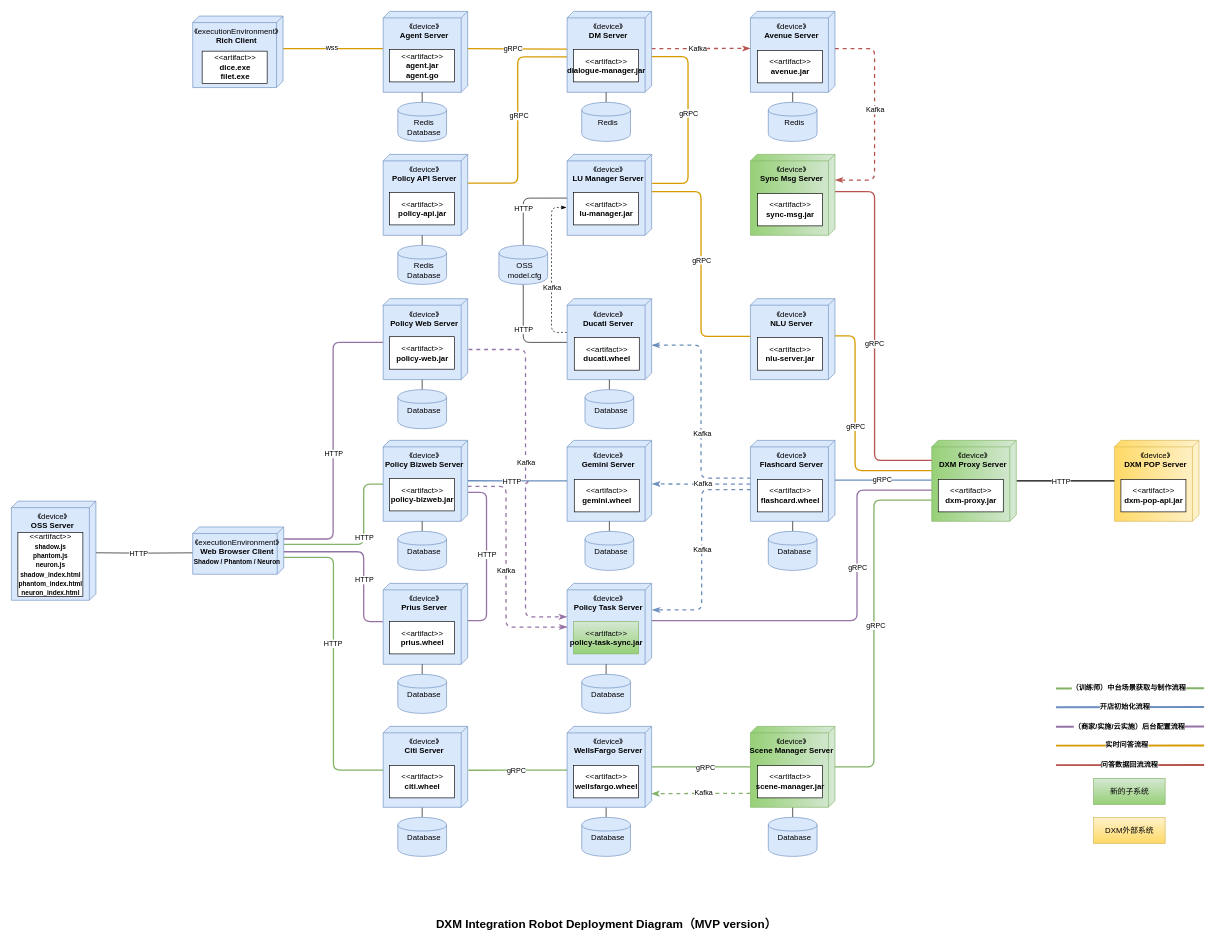
Above: leyan/dxm/dxm_deployment_diagram.drawio in GeekKwok/UML (draw.io), before the change. Source tidied: cells renumbered, new cells numbered last; positions are measured from the earlier drawing's top-left corner, leaving out a move shared by most shapes. Both pictures are drawn from the tidied source at 65%, with x=0, y=0 at pixel (11, 11).
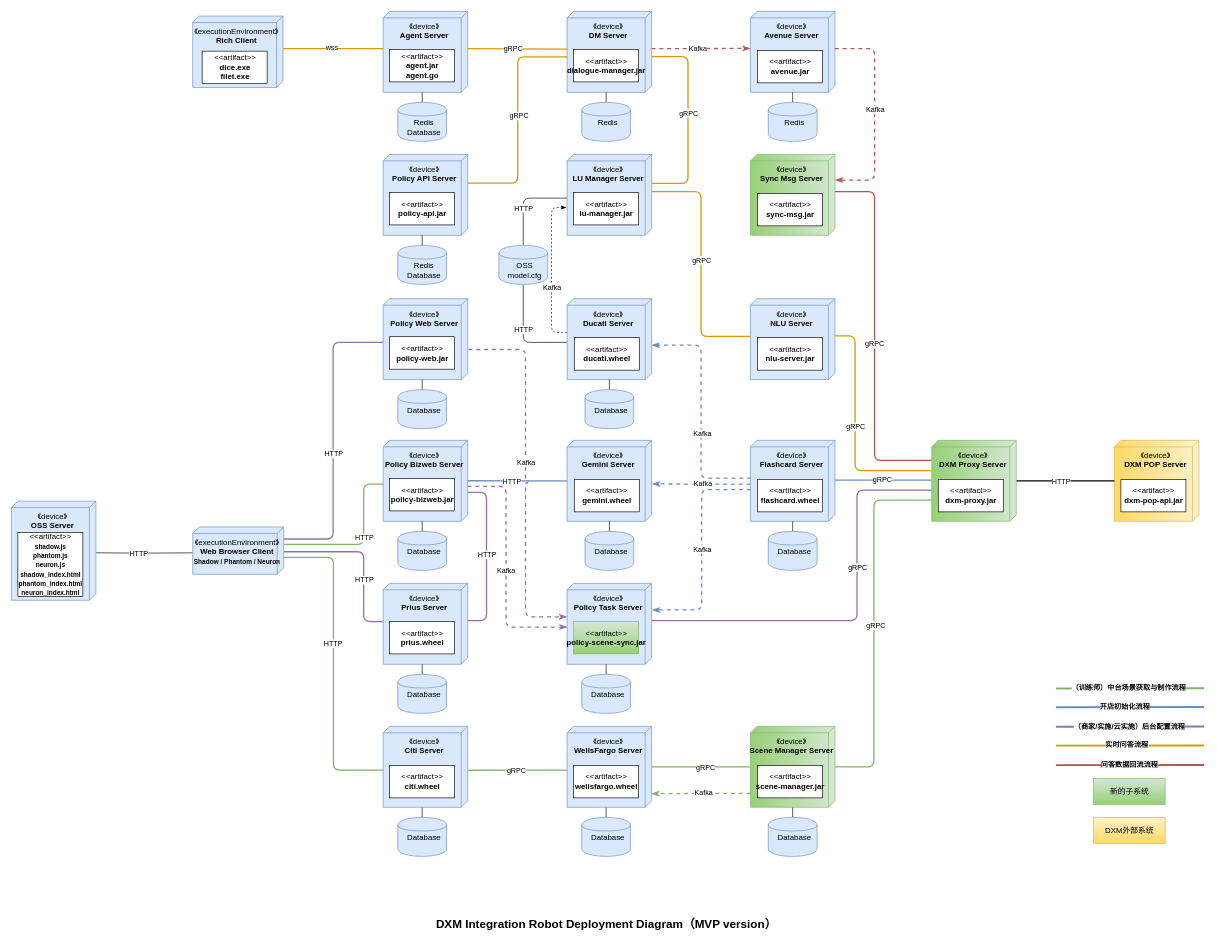
The same page after the edit.

Change to the diagram source:
```diff
@@
-    <mxCell id="76" value="&amp;lt;&amp;lt;artifact&amp;gt;&amp;gt;&lt;br&gt;&lt;b&gt;policy-task-sync.jar&lt;/b&gt;" style="text;html=1;align=center;verticalAlign=middle;dashed=0;fillColor=#d5e8d4;strokeColor=#82b366;gradientColor=#97d077;" parent="1" vertex="1">
+    <mxCell id="76" value="&amp;lt;&amp;lt;artifact&amp;gt;&amp;gt;&lt;br&gt;&lt;b&gt;policy-scene-sync.jar&lt;/b&gt;" style="text;html=1;align=center;verticalAlign=middle;dashed=0;fillColor=#d5e8d4;strokeColor=#82b366;gradientColor=#97d077;" parent="1" vertex="1">
       <mxGeometry x="865" y="938.5" width="100" height="50" as="geometry" />
     </mxCell>
```
